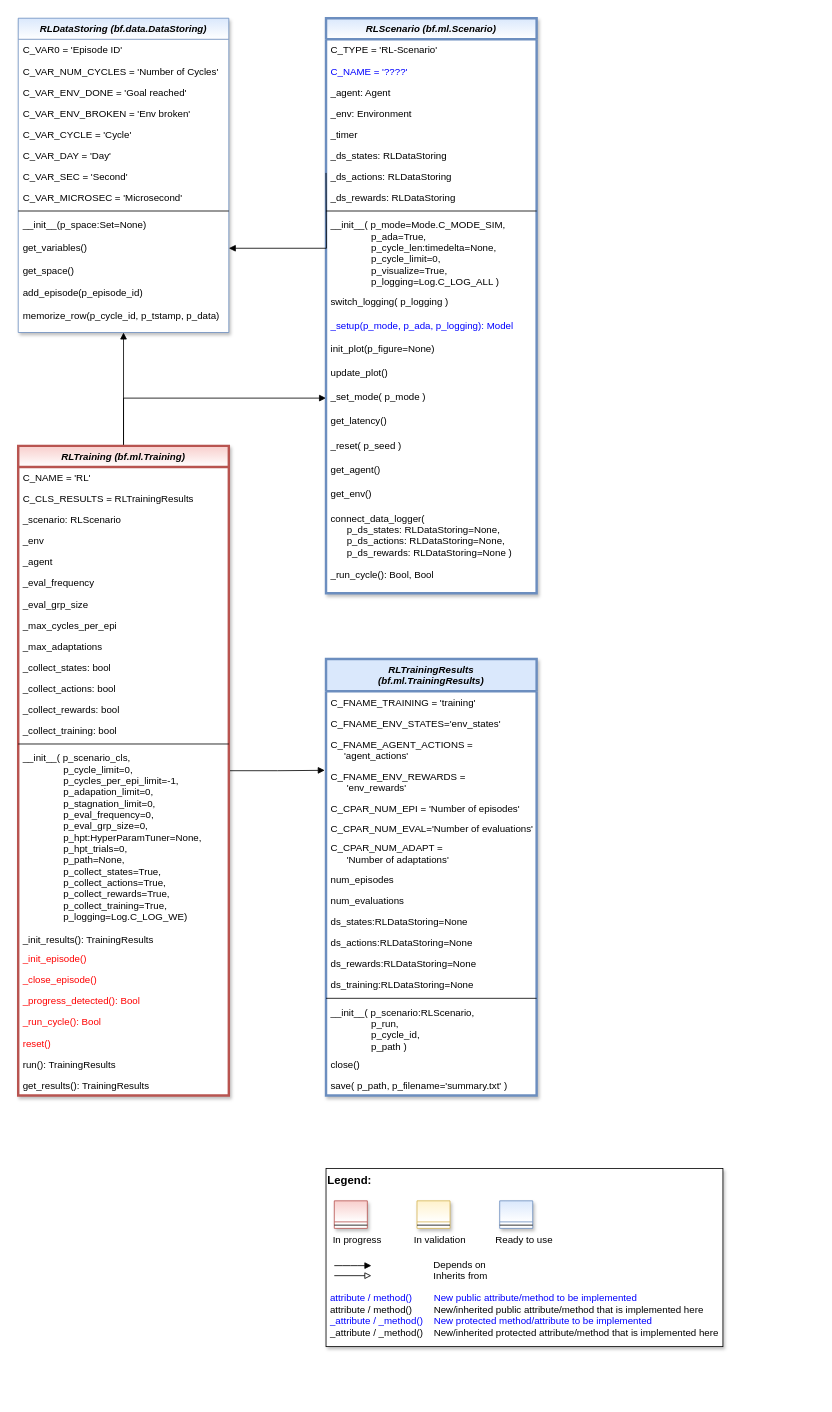
Before: doc/rtd/content/append2/core/images/rl/04_run_and_train/MLPro-RL-Train_class_diagram.drawio in fhswf/MLPro, a draw.io diagram. Source tidied: cells renumbered, new cells numbered last; positions are measured from the earlier drawing's top-left corner, leaving out a move shared by most shapes. Both pictures are drawn from the tidied source at 81%, with x=0, y=0 at pixel (18, 18).
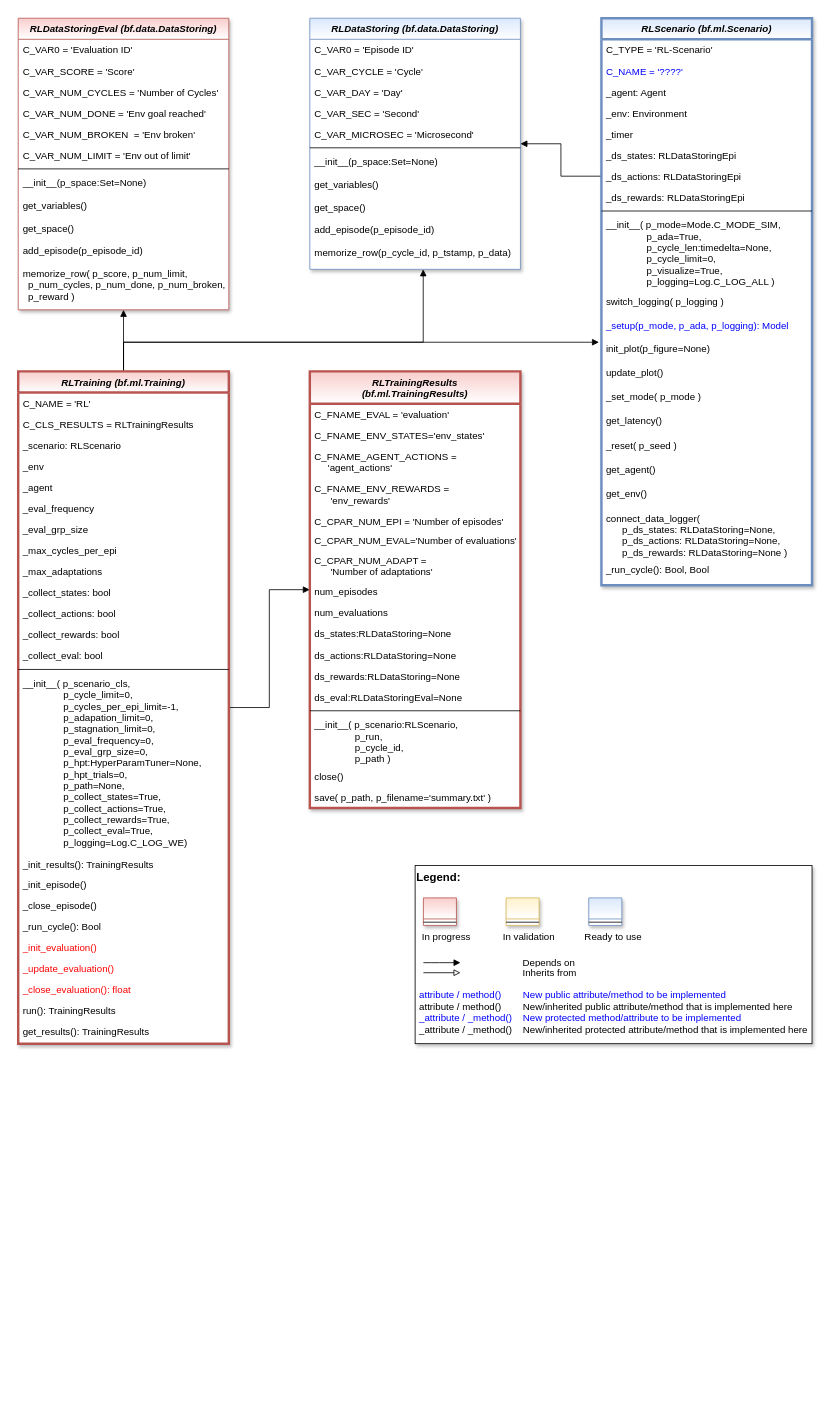
The same diagram, later.

The change refers to these unchanged cells:
```xml
<mxCell id="44" value="_set_mode( p_mode )" style="text;align=left;verticalAlign=top;spacingLeft=4;spacingRight=4;overflow=hidden;points=[[0,0.5],[1,0.5]];portConstraint=eastwest;" parent="29" vertex="1">
  <mxGeometry y="454" width="260" height="30" as="geometry" />
</mxCell>
<mxCell id="71" value="C_FNAME_ENV_REWARDS = &#10;      'env_rewards'" style="text;align=left;verticalAlign=top;spacingLeft=4;spacingRight=4;overflow=hidden;points=[[0,0.5],[1,0.5]];portConstraint=eastwest;" parent="67" vertex="1">
  <mxGeometry y="132" width="260" height="40" as="geometry" />
</mxCell>
```

What changed in the source:
```diff
@@
-    <mxCell id="2" style="edgeStyle=orthogonalEdgeStyle;rounded=0;jettySize=auto;html=1;fontColor=#000000;endArrow=block;endFill=1;entryX=-0.006;entryY=0.138;entryDx=0;entryDy=0;entryPerimeter=0;" parent="1" edge="1" source="5" target="71">
+    <mxCell id="2" style="edgeStyle=orthogonalEdgeStyle;rounded=0;jettySize=auto;html=1;fontColor=#000000;endArrow=block;endFill=1;" parent="1" edge="1" source="5" target="67">
       <mxGeometry relative="1" as="geometry" />
     </mxCell>
-    <mxCell id="3" style="edgeStyle=orthogonalEdgeStyle;rounded=0;jettySize=auto;html=1;endArrow=block;endFill=1;" parent="1" edge="1" source="5" target="51">
-      <mxGeometry relative="1" as="geometry" />
+    <mxCell id="3" style="edgeStyle=orthogonalEdgeStyle;rounded=0;jettySize=auto;html=1;endArrow=block;endFill=1;exitX=0.5;exitY=0;exitDx=0;exitDy=0;" parent="1" edge="1" source="5" target="51">
+      <mxGeometry relative="1" as="geometry">
+        <Array as="points">
+          <mxPoint x="130" y="400" />
+          <mxPoint x="500" y="400" />
+        </Array>
+      </mxGeometry>
     </mxCell>
-    <mxCell id="4" style="edgeStyle=orthogonalEdgeStyle;rounded=0;jettySize=auto;html=1;entryX=0;entryY=0.5;entryDx=0;entryDy=0;endArrow=block;endFill=1;" parent="1" edge="1" source="5" target="44">
-      <mxGeometry relative="1" as="geometry" />
-    </mxCell>
+    <mxCell id="95" style="edgeStyle=orthogonalEdgeStyle;rounded=0;jettySize=auto;html=1;endArrow=block;endFill=1;" parent="1" edge="1" source="5" target="101">
+      <mxGeometry relative="1" as="geometry" />
+    </mxCell>
+    <mxCell id="96" style="edgeStyle=orthogonalEdgeStyle;rounded=0;jettySize=auto;html=1;fontColor=#000000;endArrow=block;endFill=1;" parent="1" edge="1" source="5">
+      <mxGeometry relative="1" as="geometry">
+        <mxPoint x="717" y="400" as="targetPoint" />
+        <Array as="points">
+          <mxPoint x="130" y="400" />
+          <mxPoint x="717" y="400" />
+        </Array>
+      </mxGeometry>
+    </mxCell>
     <mxCell id="5" value="RLTraining (bf.ml.Training)" style="swimlane;fontStyle=3;align=center;verticalAlign=top;horizontal=1;startSize=26;rounded=0;shadow=1;strokeWidth=3;fillColor=#f8cecc;strokeColor=#b85450;gradientColor=#ffffff;swimlaneFillColor=#ffffff;" parent="1" vertex="1">
-      <mxGeometry y="528" width="260" height="802" as="geometry" />
+      <mxGeometry y="436" width="260" height="830" as="geometry" />
     </mxCell>
@@
-    <mxCell id="18" value="_collect_training: bool" style="text;align=left;verticalAlign=top;spacingLeft=4;spacingRight=4;overflow=hidden;" parent="5" vertex="1">
+    <mxCell id="18" value="_collect_eval: bool" style="text;align=left;verticalAlign=top;spacingLeft=4;spacingRight=4;overflow=hidden;" parent="5" vertex="1">
       <mxGeometry y="338" width="260" height="26" as="geometry" />
     </mxCell>
@@
-    <mxCell id="20" value="__init__( p_scenario_cls, &#10;               p_cycle_limit=0,&#10;               p_cycles_per_epi_limit=-1, &#10;               p_adapation_limit=0,&#10;               p_stagnation_limit=0,&#10;               p_eval_frequency=0,&#10;               p_eval_grp_size=0,&#10;               p_hpt:HyperParamTuner=None,&#10;               p_hpt_trials=0,&#10;               p_path=None,&#10;               p_collect_states=True,&#10;               p_collect_actions=True,&#10;               p_collect_rewards=True,&#10;               p_collect_training=True,&#10;               p_logging=Log.C_LOG_WE)" style="text;align=left;verticalAlign=top;spacingLeft=4;spacingRight=4;overflow=hidden;" parent="5" vertex="1">
+    <mxCell id="20" value="__init__( p_scenario_cls, &#10;               p_cycle_limit=0,&#10;               p_cycles_per_epi_limit=-1, &#10;               p_adapation_limit=0,&#10;               p_stagnation_limit=0,&#10;               p_eval_frequency=0,&#10;               p_eval_grp_size=0,&#10;               p_hpt:HyperParamTuner=None,&#10;               p_hpt_trials=0,&#10;               p_path=None,&#10;               p_collect_states=True,&#10;               p_collect_actions=True,&#10;               p_collect_rewards=True,&#10;               p_collect_eval=True,&#10;               p_logging=Log.C_LOG_WE)" style="text;align=left;verticalAlign=top;spacingLeft=4;spacingRight=4;overflow=hidden;" parent="5" vertex="1">
       <mxGeometry y="372" width="260" height="224" as="geometry" />
     </mxCell>
@@
-    <mxCell id="22" value="_init_episode()" style="text;align=left;verticalAlign=top;spacingLeft=4;spacingRight=4;overflow=hidden;fontColor=#FF0000;" parent="5" vertex="1">
+    <mxCell id="22" value="_init_episode()" style="text;align=left;verticalAlign=top;spacingLeft=4;spacingRight=4;overflow=hidden;" parent="5" vertex="1">
       <mxGeometry y="620" width="260" height="26" as="geometry" />
     </mxCell>
-    <mxCell id="23" value="_close_episode()" style="text;align=left;verticalAlign=top;spacingLeft=4;spacingRight=4;overflow=hidden;fontColor=#FF0000;" parent="5" vertex="1">
+    <mxCell id="23" value="_close_episode()" style="text;align=left;verticalAlign=top;spacingLeft=4;spacingRight=4;overflow=hidden;" parent="5" vertex="1">
       <mxGeometry y="646" width="260" height="26" as="geometry" />
     </mxCell>
-    <mxCell id="24" value="_progress_detected(): Bool" style="text;align=left;verticalAlign=top;spacingLeft=4;spacingRight=4;overflow=hidden;fontColor=#FF0000;" parent="5" vertex="1">
-      <mxGeometry y="672" width="260" height="26" as="geometry" />
-    </mxCell>
-    <mxCell id="25" value="_run_cycle(): Bool" style="text;align=left;verticalAlign=top;spacingLeft=4;spacingRight=4;overflow=hidden;fontColor=#FF0000;" parent="5" vertex="1">
-      <mxGeometry y="698" width="260" height="26" as="geometry" />
+    <mxCell id="25" value="_run_cycle(): Bool" style="text;align=left;verticalAlign=top;spacingLeft=4;spacingRight=4;overflow=hidden;" parent="5" vertex="1">
+      <mxGeometry y="672" width="260" height="26" as="geometry" />
     </mxCell>
-    <mxCell id="26" value="reset()" style="text;align=left;verticalAlign=top;spacingLeft=4;spacingRight=4;overflow=hidden;fontColor=#FF0000;" parent="5" vertex="1">
-      <mxGeometry y="724" width="260" height="26" as="geometry" />
-    </mxCell>
+    <mxCell id="97" value="_init_evaluation()" style="text;align=left;verticalAlign=top;spacingLeft=4;spacingRight=4;overflow=hidden;fontColor=#FF0000;" parent="5" vertex="1">
+      <mxGeometry y="698" width="260" height="26" as="geometry" />
+    </mxCell>
+    <mxCell id="98" value="_update_evaluation()" style="text;align=left;verticalAlign=top;spacingLeft=4;spacingRight=4;overflow=hidden;fontColor=#FF0000;" parent="5" vertex="1">
+      <mxGeometry y="724" width="260" height="26" as="geometry" />
+    </mxCell>
+    <mxCell id="99" value="_close_evaluation(): float" style="text;align=left;verticalAlign=top;spacingLeft=4;spacingRight=4;overflow=hidden;fontColor=#FF0000;" parent="5" vertex="1">
+      <mxGeometry y="750" width="260" height="26" as="geometry" />
+    </mxCell>
     <mxCell id="27" value="run(): TrainingResults" style="text;align=left;verticalAlign=top;spacingLeft=4;spacingRight=4;overflow=hidden;" parent="5" vertex="1">
-      <mxGeometry y="750" width="260" height="26" as="geometry" />
+      <mxGeometry y="776" width="260" height="26" as="geometry" />
     </mxCell>
     <mxCell id="28" value="get_results(): TrainingResults" style="text;align=left;verticalAlign=top;spacingLeft=4;spacingRight=4;overflow=hidden;" parent="5" vertex="1">
-      <mxGeometry y="776" width="260" height="26" as="geometry" />
+      <mxGeometry y="802" width="260" height="26" as="geometry" />
     </mxCell>
+    <mxCell id="100" style="edgeStyle=orthogonalEdgeStyle;rounded=0;jettySize=auto;html=1;fontColor=#000000;endArrow=block;endFill=1;exitX=0;exitY=0.5;exitDx=0;exitDy=0;" parent="1" edge="1" source="36" target="51">
+      <mxGeometry relative="1" as="geometry" />
+    </mxCell>
     <mxCell id="29" value="RLScenario (bf.ml.Scenario)" style="swimlane;fontStyle=3;align=center;verticalAlign=top;horizontal=1;startSize=26;rounded=0;shadow=1;strokeWidth=3;fillColor=#dae8fc;strokeColor=#6c8ebf;gradientColor=#ffffff;swimlaneFillColor=#ffffff;" parent="1" vertex="1">
-      <mxGeometry x="380" width="260" height="710" as="geometry" />
+      <mxGeometry x="720" width="260" height="700" as="geometry" />
     </mxCell>
@@
-    <mxCell id="35" value="_ds_states: RLDataStoring" style="text;align=left;verticalAlign=top;spacingLeft=4;spacingRight=4;overflow=hidden;" parent="29" vertex="1">
+    <mxCell id="35" value="_ds_states: RLDataStoringEpi" style="text;align=left;verticalAlign=top;spacingLeft=4;spacingRight=4;overflow=hidden;" parent="29" vertex="1">
       <mxGeometry y="156" width="260" height="26" as="geometry" />
     </mxCell>
-    <mxCell id="36" value="_ds_actions: RLDataStoring" style="text;align=left;verticalAlign=top;spacingLeft=4;spacingRight=4;overflow=hidden;points=[[0,0.5],[1,0.5]];portConstraint=eastwest;" parent="29" vertex="1">
+    <mxCell id="36" value="_ds_actions: RLDataStoringEpi" style="text;align=left;verticalAlign=top;spacingLeft=4;spacingRight=4;overflow=hidden;points=[[0,0.5],[1,0.5]];portConstraint=eastwest;" parent="29" vertex="1">
       <mxGeometry y="182" width="260" height="26" as="geometry" />
     </mxCell>
-    <mxCell id="37" value="_ds_rewards: RLDataStoring" style="text;align=left;verticalAlign=top;spacingLeft=4;spacingRight=4;overflow=hidden;" parent="29" vertex="1">
+    <mxCell id="37" value="_ds_rewards: RLDataStoringEpi" style="text;align=left;verticalAlign=top;spacingLeft=4;spacingRight=4;overflow=hidden;" parent="29" vertex="1">
       <mxGeometry y="208" width="260" height="26" as="geometry" />
     </mxCell>
@@
     <mxCell id="49" value="connect_data_logger( &#10;      p_ds_states: RLDataStoring=None,&#10;      p_ds_actions: RLDataStoring=None,&#10;      p_ds_rewards: RLDataStoring=None )" style="text;align=left;verticalAlign=top;spacingLeft=4;spacingRight=4;overflow=hidden;" parent="29" vertex="1">
-      <mxGeometry y="604" width="260" height="69" as="geometry" />
+      <mxGeometry y="604" width="260" height="64" as="geometry" />
     </mxCell>
     <mxCell id="50" value="_run_cycle(): Bool, Bool" style="text;align=left;verticalAlign=top;spacingLeft=4;spacingRight=4;overflow=hidden;" parent="29" vertex="1">
-      <mxGeometry y="673" width="260" height="27" as="geometry" />
+      <mxGeometry y="668" width="260" height="27" as="geometry" />
     </mxCell>
     <mxCell id="51" value="RLDataStoring (bf.data.DataStoring)" style="swimlane;fontStyle=3;align=center;verticalAlign=top;horizontal=1;startSize=26;rounded=0;shadow=1;strokeWidth=1;fillColor=#dae8fc;strokeColor=#6c8ebf;gradientColor=#ffffff;swimlaneFillColor=#ffffff;" parent="1" vertex="1">
-      <mxGeometry width="260" height="388" as="geometry" />
+      <mxGeometry x="360" width="260" height="310" as="geometry" />
     </mxCell>
@@
-    <mxCell id="53" value="C_VAR_NUM_CYCLES = 'Number of Cycles'" style="text;align=left;verticalAlign=top;spacingLeft=4;spacingRight=4;overflow=hidden;" parent="51" vertex="1">
-      <mxGeometry y="52" width="260" height="26" as="geometry" />
-    </mxCell>
-    <mxCell id="54" value="C_VAR_ENV_DONE = 'Goal reached'" style="text;align=left;verticalAlign=top;spacingLeft=4;spacingRight=4;overflow=hidden;" parent="51" vertex="1">
-      <mxGeometry y="78" width="260" height="26" as="geometry" />
-    </mxCell>
-    <mxCell id="55" value="C_VAR_ENV_BROKEN = 'Env broken'" style="text;align=left;verticalAlign=top;spacingLeft=4;spacingRight=4;overflow=hidden;" parent="51" vertex="1">
-      <mxGeometry y="104" width="260" height="26" as="geometry" />
-    </mxCell>
     <mxCell id="56" value="C_VAR_CYCLE = 'Cycle'" style="text;align=left;verticalAlign=top;spacingLeft=4;spacingRight=4;overflow=hidden;" parent="51" vertex="1">
-      <mxGeometry y="130" width="260" height="26" as="geometry" />
+      <mxGeometry y="52" width="260" height="26" as="geometry" />
     </mxCell>
     <mxCell id="57" value="C_VAR_DAY = 'Day'" style="text;align=left;verticalAlign=top;spacingLeft=4;spacingRight=4;overflow=hidden;" parent="51" vertex="1">
-      <mxGeometry y="156" width="260" height="26" as="geometry" />
+      <mxGeometry y="78" width="260" height="26" as="geometry" />
     </mxCell>
     <mxCell id="58" value="C_VAR_SEC = 'Second'" style="text;align=left;verticalAlign=top;spacingLeft=4;spacingRight=4;overflow=hidden;" parent="51" vertex="1">
-      <mxGeometry y="182" width="260" height="26" as="geometry" />
+      <mxGeometry y="104" width="260" height="26" as="geometry" />
     </mxCell>
     <mxCell id="59" value="C_VAR_MICROSEC = 'Microsecond'" style="text;align=left;verticalAlign=top;spacingLeft=4;spacingRight=4;overflow=hidden;" parent="51" vertex="1">
-      <mxGeometry y="208" width="260" height="26" as="geometry" />
+      <mxGeometry y="130" width="260" height="26" as="geometry" />
     </mxCell>
     <mxCell id="60" style="line;html=1;strokeWidth=1;align=left;verticalAlign=middle;spacingTop=-1;spacingLeft=3;spacingRight=3;labelPosition=right;" parent="51" vertex="1">
-      <mxGeometry y="234" width="260" height="8" as="geometry" />
+      <mxGeometry y="156" width="260" height="8" as="geometry" />
     </mxCell>
     <mxCell id="61" value="__init__(p_space:Set=None)" style="text;align=left;verticalAlign=top;spacingLeft=4;spacingRight=4;overflow=hidden;" parent="51" vertex="1">
-      <mxGeometry y="242" width="260" height="28" as="geometry" />
+      <mxGeometry y="164" width="260" height="28" as="geometry" />
     </mxCell>
     <mxCell id="62" value="get_variables()" style="text;align=left;verticalAlign=top;spacingLeft=4;spacingRight=4;overflow=hidden;points=[[0,0.5],[1,0.5]];portConstraint=eastwest;" parent="51" vertex="1">
-      <mxGeometry y="270" width="260" height="28" as="geometry" />
+      <mxGeometry y="192" width="260" height="28" as="geometry" />
     </mxCell>
     <mxCell id="63" value="get_space()" style="text;align=left;verticalAlign=top;spacingLeft=4;spacingRight=4;overflow=hidden;" parent="51" vertex="1">
-      <mxGeometry y="298" width="260" height="28" as="geometry" />
+      <mxGeometry y="220" width="260" height="28" as="geometry" />
     </mxCell>
     <mxCell id="64" value="add_episode(p_episode_id)" style="text;align=left;verticalAlign=top;spacingLeft=4;spacingRight=4;overflow=hidden;" parent="51" vertex="1">
-      <mxGeometry y="326" width="260" height="28" as="geometry" />
+      <mxGeometry y="248" width="260" height="28" as="geometry" />
     </mxCell>
     <mxCell id="65" value="memorize_row(p_cycle_id, p_tstamp, p_data)" style="text;align=left;verticalAlign=top;spacingLeft=4;spacingRight=4;overflow=hidden;" parent="51" vertex="1">
-      <mxGeometry y="354" width="260" height="34" as="geometry" />
+      <mxGeometry y="276" width="260" height="34" as="geometry" />
     </mxCell>
-    <mxCell id="66" style="edgeStyle=orthogonalEdgeStyle;rounded=0;jettySize=auto;html=1;entryX=1;entryY=0.5;entryDx=0;entryDy=0;endArrow=block;endFill=1;" parent="1" edge="1" target="62">
-      <mxGeometry relative="1" as="geometry">
-        <mxPoint x="380" y="191" as="sourcePoint" />
-      </mxGeometry>
-    </mxCell>
-    <mxCell id="67" value="RLTrainingResults &#10;(bf.ml.TrainingResults)" style="swimlane;fontStyle=3;align=center;verticalAlign=top;horizontal=1;startSize=40;rounded=0;shadow=1;strokeWidth=3;fillColor=#dae8fc;strokeColor=#6c8ebf;swimlaneFillColor=#ffffff;" parent="1" vertex="1">
-      <mxGeometry x="380" y="791" width="260" height="539" as="geometry" />
+    <mxCell id="67" value="RLTrainingResults &#10;(bf.ml.TrainingResults)" style="swimlane;fontStyle=3;align=center;verticalAlign=top;horizontal=1;startSize=40;rounded=0;shadow=1;strokeWidth=3;fillColor=#f8cecc;strokeColor=#b85450;swimlaneFillColor=#ffffff;gradientColor=#ffffff;" parent="1" vertex="1">
+      <mxGeometry x="360" y="436" width="260" height="539" as="geometry" />
     </mxCell>
-    <mxCell id="68" value="C_FNAME_TRAINING = 'training'" style="text;align=left;verticalAlign=top;spacingLeft=4;spacingRight=4;overflow=hidden;" parent="67" vertex="1">
+    <mxCell id="68" value="C_FNAME_EVAL = 'evaluation'" style="text;align=left;verticalAlign=top;spacingLeft=4;spacingRight=4;overflow=hidden;" parent="67" vertex="1">
       <mxGeometry y="40" width="260" height="26" as="geometry" />
     </mxCell>
@@
-    <mxCell id="80" value="ds_training:RLDataStoring=None" style="text;align=left;verticalAlign=top;spacingLeft=4;spacingRight=4;overflow=hidden;" parent="67" vertex="1">
+    <mxCell id="80" value="ds_eval:RLDataStoringEval=None" style="text;align=left;verticalAlign=top;spacingLeft=4;spacingRight=4;overflow=hidden;" parent="67" vertex="1">
       <mxGeometry y="389" width="260" height="26" as="geometry" />
     </mxCell>
@@
     <mxCell id="85" style="group;" parent="1" vertex="1">
-      <mxGeometry x="380" y="1420" width="490" height="220" as="geometry" />
+      <mxGeometry x="490" y="1046" width="490" height="220" as="geometry" />
     </mxCell>
@@
+    <mxCell id="101" value="RLDataStoringEval (bf.data.DataStoring)" style="swimlane;fontStyle=3;align=center;verticalAlign=top;horizontal=1;startSize=26;rounded=0;shadow=1;strokeWidth=1;fillColor=#f8cecc;strokeColor=#b85450;swimlaneFillColor=#ffffff;gradientColor=#ffffff;" parent="1" vertex="1">
+      <mxGeometry width="260" height="360" as="geometry" />
+    </mxCell>
+    <mxCell id="102" value="C_VAR0 = 'Evaluation ID'" style="text;align=left;verticalAlign=top;spacingLeft=4;spacingRight=4;overflow=hidden;" parent="101" vertex="1">
+      <mxGeometry y="26" width="260" height="26" as="geometry" />
+    </mxCell>
+    <mxCell id="103" value="C_VAR_SCORE = 'Score'" style="text;align=left;verticalAlign=top;spacingLeft=4;spacingRight=4;overflow=hidden;" parent="101" vertex="1">
+      <mxGeometry y="52" width="260" height="26" as="geometry" />
+    </mxCell>
+    <mxCell id="53" value="C_VAR_NUM_CYCLES = 'Number of Cycles'" style="text;align=left;verticalAlign=top;spacingLeft=4;spacingRight=4;overflow=hidden;" parent="101" vertex="1">
+      <mxGeometry y="78" width="260" height="26" as="geometry" />
+    </mxCell>
+    <mxCell id="104" value="C_VAR_NUM_DONE = 'Env goal reached'" style="text;align=left;verticalAlign=top;spacingLeft=4;spacingRight=4;overflow=hidden;" parent="101" vertex="1">
+      <mxGeometry y="104" width="260" height="26" as="geometry" />
+    </mxCell>
+    <mxCell id="105" value="C_VAR_NUM_BROKEN  = 'Env broken'" style="text;align=left;verticalAlign=top;spacingLeft=4;spacingRight=4;overflow=hidden;" parent="101" vertex="1">
+      <mxGeometry y="130" width="260" height="26" as="geometry" />
+    </mxCell>
+    <mxCell id="106" value="C_VAR_NUM_LIMIT = 'Env out of limit'" style="text;align=left;verticalAlign=top;spacingLeft=4;spacingRight=4;overflow=hidden;" parent="101" vertex="1">
+      <mxGeometry y="156" width="260" height="26" as="geometry" />
+    </mxCell>
+    <mxCell id="107" style="line;html=1;strokeWidth=1;align=left;verticalAlign=middle;spacingTop=-1;spacingLeft=3;spacingRight=3;labelPosition=right;" parent="101" vertex="1">
+      <mxGeometry y="182" width="260" height="8" as="geometry" />
+    </mxCell>
+    <mxCell id="108" value="__init__(p_space:Set=None)" style="text;align=left;verticalAlign=top;spacingLeft=4;spacingRight=4;overflow=hidden;" parent="101" vertex="1">
+      <mxGeometry y="190" width="260" height="28" as="geometry" />
+    </mxCell>
+    <mxCell id="109" value="get_variables()" style="text;align=left;verticalAlign=top;spacingLeft=4;spacingRight=4;overflow=hidden;" parent="101" vertex="1">
+      <mxGeometry y="218" width="260" height="28" as="geometry" />
+    </mxCell>
+    <mxCell id="110" value="get_space()" style="text;align=left;verticalAlign=top;spacingLeft=4;spacingRight=4;overflow=hidden;" parent="101" vertex="1">
+      <mxGeometry y="246" width="260" height="28" as="geometry" />
+    </mxCell>
+    <mxCell id="111" value="add_episode(p_episode_id)" style="text;align=left;verticalAlign=top;spacingLeft=4;spacingRight=4;overflow=hidden;" parent="101" vertex="1">
+      <mxGeometry y="274" width="260" height="28" as="geometry" />
+    </mxCell>
+    <mxCell id="112" value="memorize_row( p_score, p_num_limit,&#10;  p_num_cycles, p_num_done, p_num_broken,&#10;  p_reward )" style="text;align=left;verticalAlign=top;spacingLeft=4;spacingRight=4;overflow=hidden;" parent="101" vertex="1">
+      <mxGeometry y="302" width="260" height="54" as="geometry" />
+    </mxCell>
```
